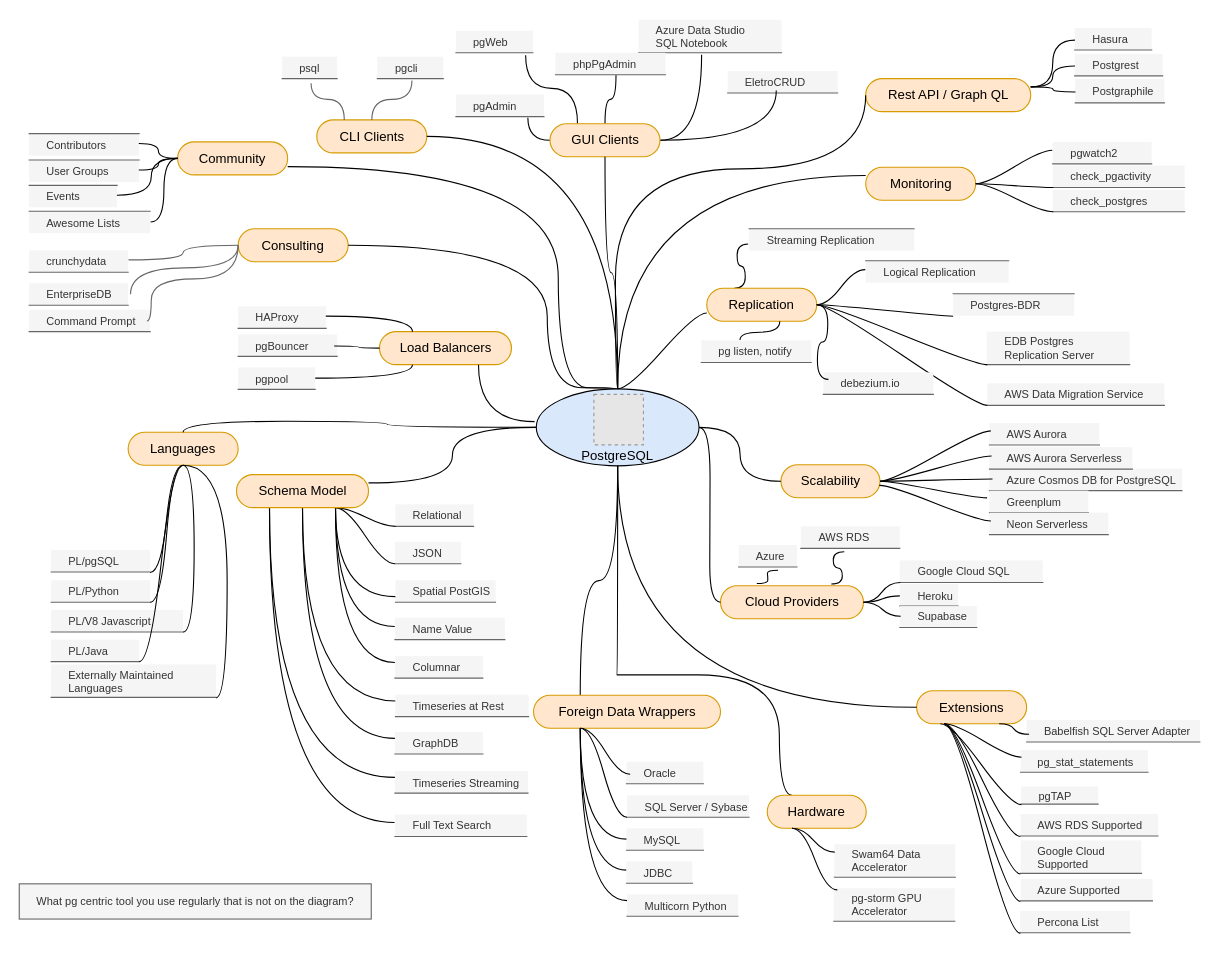
Before: postgresql-ecosystem.drawio in EfficiencyGeek/postgresql-ecosystem, a draw.io diagram. Source tidied: cells renumbered, new cells numbered last; positions are measured from the earlier drawing's top-left corner, leaving out a move shared by most shapes. Both pictures are drawn from the tidied source at 110%, with x=0, y=0 at pixel (19, 19). Pictures stored in the file or linked from it are replaced by grey dashed boxes.
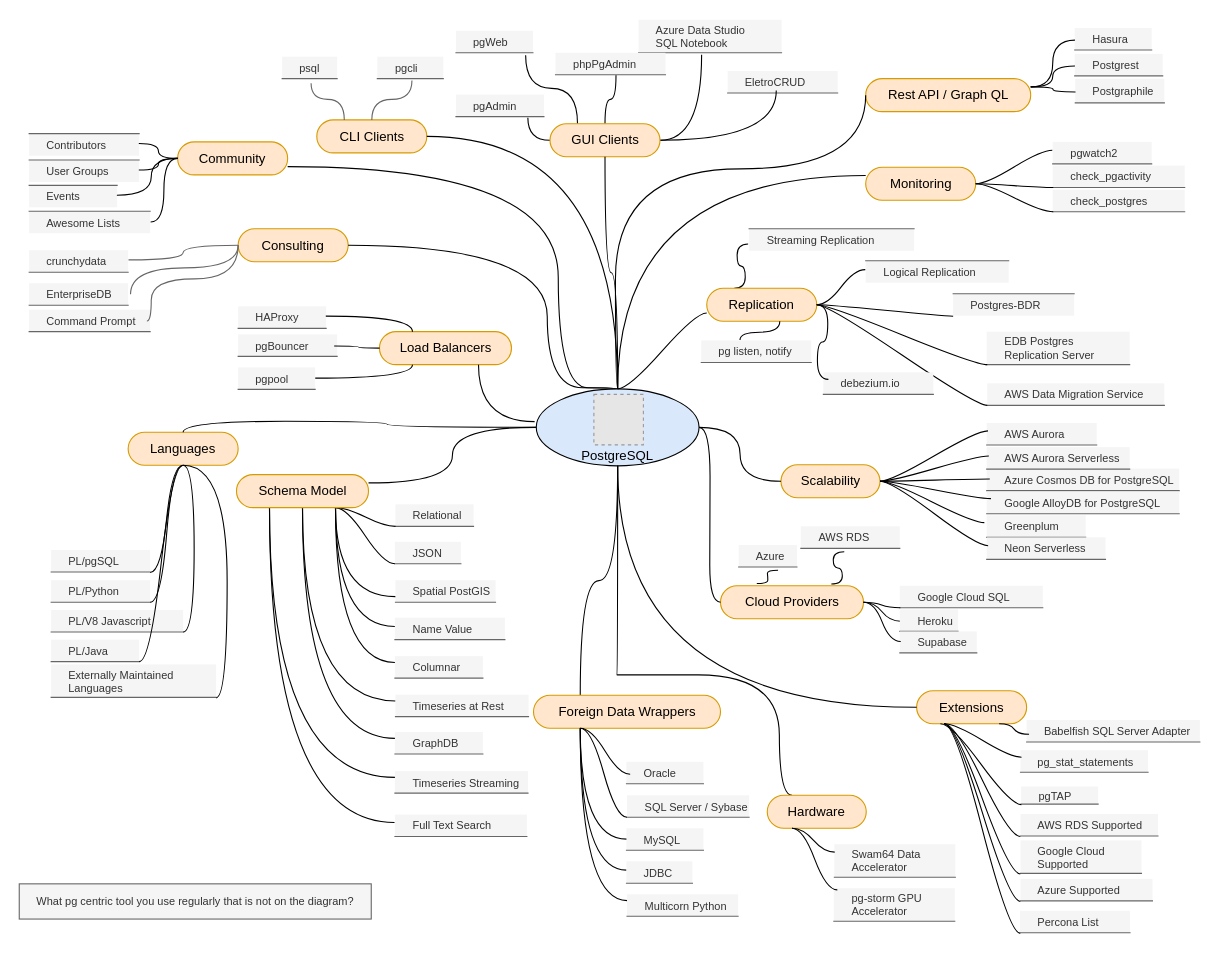
Above is the later version.

Commit message:
Added Azure Cosmos DB for PostgreSQL, Google AlloyDB for PostgreSQL

Unchanged cells that the change refers to:
```xml
<mxCell id="47" value="Scalability" style="whiteSpace=wrap;html=1;rounded=1;arcSize=50;align=center;verticalAlign=middle;strokeWidth=1;spacing=4;fillColor=#ffe6cc;strokeColor=#d79b00;" parent="1" vertex="1">
  <mxGeometry x="692.5" y="405" width="90" height="30" as="geometry" />
</mxCell>
```

What changed in the source:
```diff
@@
     <mxCell id="38" value="AWS Aurora" style="whiteSpace=wrap;html=1;shape=partialRectangle;top=0;left=0;bottom=1;right=0;points=[[0,1],[1,1]];strokeColor=#666666;fillColor=#f5f5f5;align=left;verticalAlign=middle;routingCenterY=0.5;snapToPoint=1;fontColor=#333333;fontSize=10;spacingLeft=14;" parent="1" vertex="1">
-      <mxGeometry x="882" y="367" width="100" height="20" as="geometry" />
+      <mxGeometry x="879.5" y="367" width="100" height="20" as="geometry" />
     </mxCell>
@@
     <mxCell id="42" value="Azure Cosmos DB for PostgreSQL" style="whiteSpace=wrap;html=1;shape=partialRectangle;top=0;left=0;bottom=1;right=0;points=[[0,1],[1,1]];strokeColor=#666666;fillColor=#f5f5f5;align=left;verticalAlign=middle;routingCenterY=0.5;snapToPoint=1;fontColor=#333333;fontSize=10;spacingLeft=14;" parent="1" vertex="1">
-      <mxGeometry x="882" y="408.5" width="175" height="20" as="geometry" />
+      <mxGeometry x="879.5" y="408.5" width="175" height="20" as="geometry" />
     </mxCell>
     <mxCell id="43" value="Google Cloud SQL" style="whiteSpace=wrap;html=1;shape=partialRectangle;top=0;left=0;bottom=1;right=0;points=[[0,1],[1,1]];strokeColor=#666666;fillColor=#f5f5f5;align=left;verticalAlign=middle;routingCenterY=0.5;snapToPoint=1;fontColor=#333333;fontSize=10;spacingLeft=14;" parent="1" vertex="1">
-      <mxGeometry x="800.5" y="492" width="130" height="20" as="geometry" />
+      <mxGeometry x="800.5" y="515" width="130" height="20" as="geometry" />
     </mxCell>
@@
     <mxCell id="49" value="Greenplum" style="whiteSpace=wrap;html=1;shape=partialRectangle;top=0;left=0;bottom=1;right=0;points=[[0,1],[1,1]];strokeColor=#666666;fillColor=#f5f5f5;align=left;verticalAlign=middle;routingCenterY=0.5;snapToPoint=1;fontColor=#333333;fontSize=10;spacingLeft=14;" parent="1" vertex="1">
-      <mxGeometry x="882" y="428.5" width="90" height="20" as="geometry" />
+      <mxGeometry x="879.5" y="451" width="90" height="20" as="geometry" />
     </mxCell>
@@
     <mxCell id="120" value="Heroku" style="whiteSpace=wrap;html=1;shape=partialRectangle;top=0;left=0;bottom=1;right=0;points=[[0,1],[1,1]];strokeColor=#666666;fillColor=#f5f5f5;align=left;verticalAlign=middle;routingCenterY=0.5;snapToPoint=1;fontColor=#333333;fontSize=10;spacingLeft=14;" parent="1" vertex="1" collapsed="1">
-      <mxGeometry x="800.5" y="513.5" width="53" height="20" as="geometry" />
+      <mxGeometry x="800.5" y="536.5" width="53" height="20" as="geometry" />
     </mxCell>
@@
     <mxCell id="163" value="AWS Aurora Serverless" style="whiteSpace=wrap;html=1;shape=partialRectangle;top=0;left=0;bottom=1;right=0;points=[[0,1],[1,1]];strokeColor=#666666;fillColor=#f5f5f5;align=left;verticalAlign=middle;routingCenterY=0.5;snapToPoint=1;fontColor=#333333;fontSize=10;spacingLeft=14;" parent="1" vertex="1">
-      <mxGeometry x="882" y="389" width="130" height="20" as="geometry" />
+      <mxGeometry x="879.5" y="389" width="130" height="20" as="geometry" />
     </mxCell>
@@
     <mxCell id="167" value="Supabase" style="whiteSpace=wrap;html=1;shape=partialRectangle;top=0;left=0;bottom=1;right=0;points=[[0,1],[1,1]];strokeColor=#666666;fillColor=#f5f5f5;align=left;verticalAlign=middle;routingCenterY=0.5;snapToPoint=1;fontColor=#333333;fontSize=10;spacingLeft=14;" parent="1" vertex="1">
-      <mxGeometry x="800.5" y="533.5" width="70" height="19.5" as="geometry" />
+      <mxGeometry x="800.5" y="556.5" width="70" height="19.5" as="geometry" />
     </mxCell>
@@
     <mxCell id="169" value="Neon Serverless" style="whiteSpace=wrap;html=1;shape=partialRectangle;top=0;left=0;bottom=1;right=0;points=[[0,1],[1,1]];strokeColor=#666666;fillColor=#f5f5f5;align=left;verticalAlign=middle;routingCenterY=0.5;snapToPoint=1;fontColor=#333333;fontSize=10;spacingLeft=14;" parent="1" vertex="1">
-      <mxGeometry x="882" y="448.5" width="108" height="20" as="geometry" />
+      <mxGeometry x="879.5" y="471" width="108" height="20" as="geometry" />
     </mxCell>
-    <mxCell id="170" style="edgeStyle=entityRelationEdgeStyle;startArrow=none;endArrow=none;segment=10;curved=1;entryX=0.012;entryY=0.38;entryDx=0;entryDy=0;entryPerimeter=0;exitX=0.993;exitY=0.624;exitDx=0;exitDy=0;exitPerimeter=0;" parent="1" edge="1" source="47" target="169">
+    <mxCell id="170" style="edgeStyle=entityRelationEdgeStyle;startArrow=none;endArrow=none;segment=10;curved=1;entryX=0.012;entryY=0.38;entryDx=0;entryDy=0;entryPerimeter=0;exitX=1;exitY=0.5;exitDx=0;exitDy=0;" parent="1" edge="1" source="47" target="169">
       <mxGeometry relative="1" as="geometry" />
     </mxCell>
+    <mxCell id="171" value="Google AlloyDB for PostgreSQL" style="whiteSpace=wrap;html=1;shape=partialRectangle;top=0;left=0;bottom=1;right=0;points=[[0,1],[1,1]];strokeColor=#666666;fillColor=#f5f5f5;align=left;verticalAlign=middle;routingCenterY=0.5;snapToPoint=1;fontColor=#333333;fontSize=10;spacingLeft=14;" parent="1" vertex="1">
+      <mxGeometry x="879.5" y="429.5" width="175" height="20" as="geometry" />
+    </mxCell>
+    <mxCell id="172" style="edgeStyle=entityRelationEdgeStyle;startArrow=none;endArrow=none;segment=10;curved=1;entryX=0.022;entryY=0.313;entryDx=0;entryDy=0;entryPerimeter=0;" parent="1" edge="1" source="47" target="171">
+      <mxGeometry relative="1" as="geometry" />
+    </mxCell>
```
